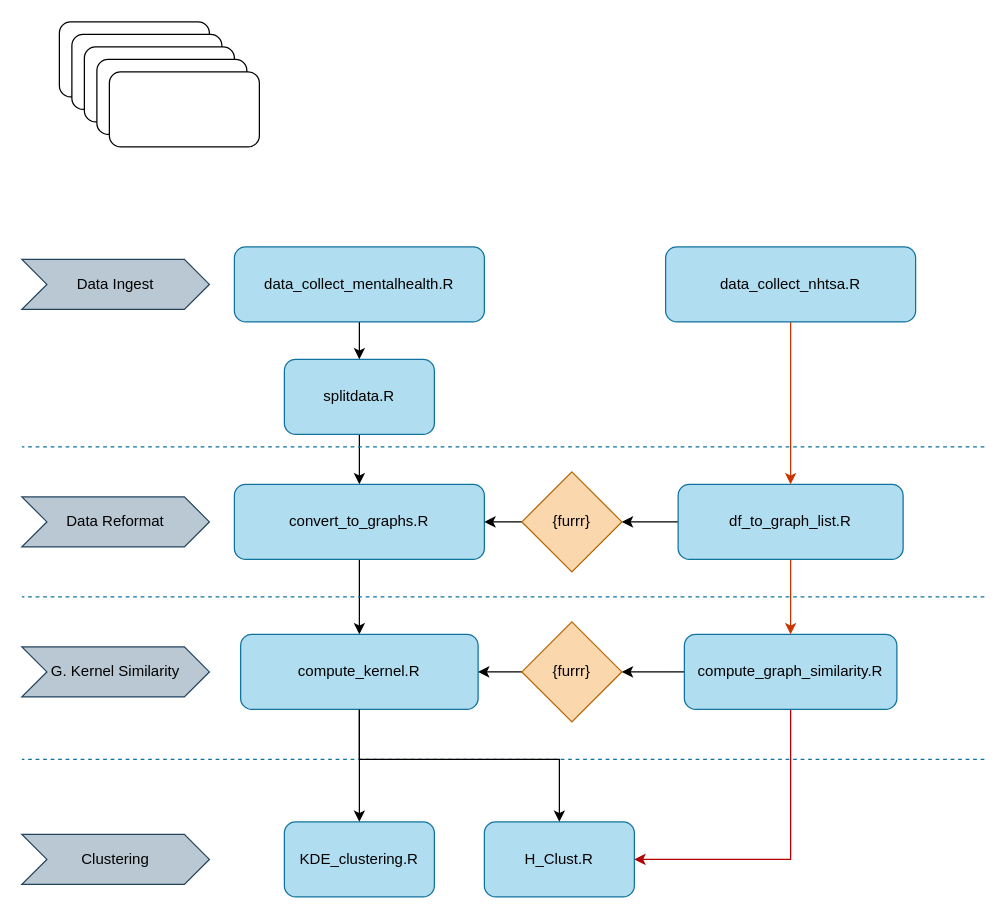
The draw.io diagram Images/ScriptMap.drawio in Levi-Nicklas/GraphDocNLP, before the edit. Source tidied: cells renumbered, new cells numbered last; positions are measured from the earlier drawing's top-left corner, leaving out a move shared by most shapes. Both pictures are drawn from the tidied source at 125%, with x=0, y=0 at pixel (21, 21).
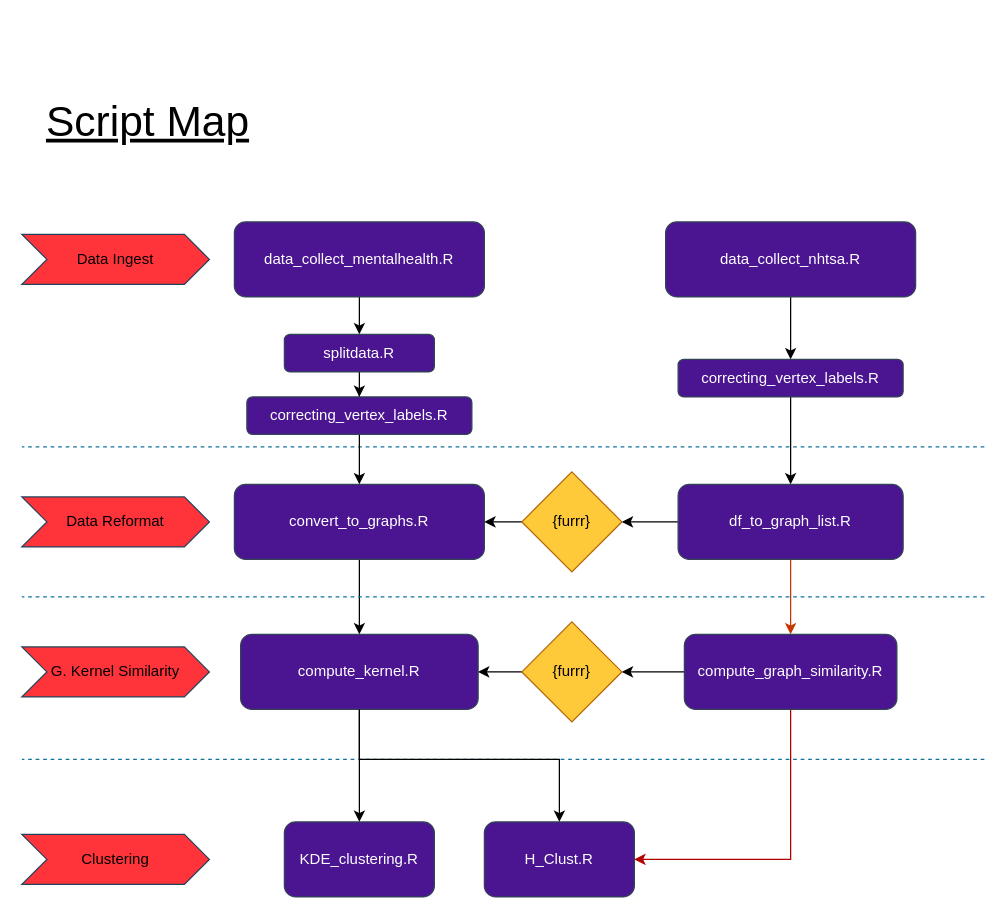
The same page after the edit.

The edit, as a diff of the source:
```diff
@@
-    <mxCell id="2" style="rounded=1;whiteSpace=wrap;html=1;" parent="1" vertex="1">
-      <mxGeometry x="30" width="120" height="60" as="geometry" />
-    </mxCell>
-    <mxCell id="3" style="rounded=1;whiteSpace=wrap;html=1;" parent="1" vertex="1">
-      <mxGeometry x="40" y="10" width="120" height="60" as="geometry" />
-    </mxCell>
-    <mxCell id="4" style="rounded=1;whiteSpace=wrap;html=1;" parent="1" vertex="1">
-      <mxGeometry x="50" y="20" width="120" height="60" as="geometry" />
-    </mxCell>
-    <mxCell id="5" style="rounded=1;whiteSpace=wrap;html=1;" parent="1" vertex="1">
-      <mxGeometry x="60" y="30" width="120" height="60" as="geometry" />
-    </mxCell>
-    <mxCell id="6" style="rounded=1;whiteSpace=wrap;html=1;" parent="1" vertex="1">
-      <mxGeometry x="70" y="40" width="120" height="60" as="geometry" />
-    </mxCell>
-    <mxCell id="7" value="KDE_clustering.R" style="rounded=1;whiteSpace=wrap;html=1;fillColor=#b1ddf0;strokeColor=#10739e;" parent="1" vertex="1">
+    <mxCell id="7" value="KDE_clustering.R" style="rounded=1;whiteSpace=wrap;html=1;strokeColor=#314354;fontColor=#ffffff;fillColor=#4b1592;" parent="1" vertex="1">
       <mxGeometry x="210" y="640" width="120" height="60" as="geometry" />
     </mxCell>
@@
-    <mxCell id="9" value="compute_kernel.R" style="rounded=1;whiteSpace=wrap;html=1;fillColor=#b1ddf0;strokeColor=#10739e;" parent="1" vertex="1">
+    <mxCell id="9" value="compute_kernel.R" style="rounded=1;whiteSpace=wrap;html=1;strokeColor=#314354;fontColor=#ffffff;fillColor=#4b1592;" parent="1" vertex="1">
       <mxGeometry x="175" y="490" width="190" height="60" as="geometry" />
     </mxCell>
@@
-    <mxCell id="12" value="compute_graph_similarity.R" style="rounded=1;whiteSpace=wrap;html=1;fillColor=#b1ddf0;strokeColor=#10739e;" parent="1" vertex="1">
+    <mxCell id="12" value="compute_graph_similarity.R" style="rounded=1;whiteSpace=wrap;html=1;strokeColor=#314354;fontColor=#ffffff;fillColor=#4b1592;" parent="1" vertex="1">
       <mxGeometry x="530" y="490" width="170" height="60" as="geometry" />
     </mxCell>
-    <mxCell id="13" style="edgeStyle=orthogonalEdgeStyle;rounded=0;jettySize=auto;html=1;exitX=0.5;exitY=1;exitDx=0;exitDy=0;" parent="1" edge="1" source="14" target="19">
-      <mxGeometry relative="1" as="geometry" />
-    </mxCell>
+    <mxCell id="37" style="edgeStyle=orthogonalEdgeStyle;rounded=0;jettySize=auto;html=1;" parent="1" edge="1" source="14" target="42">
+      <mxGeometry relative="1" as="geometry" />
+    </mxCell>
-    <mxCell id="14" value="splitdata.R" style="rounded=1;whiteSpace=wrap;html=1;fillColor=#b1ddf0;strokeColor=#10739e;" parent="1" vertex="1">
-      <mxGeometry x="210" y="270" width="120" height="60" as="geometry" />
+    <mxCell id="14" value="splitdata.R" style="rounded=1;whiteSpace=wrap;html=1;strokeColor=#314354;fontColor=#ffffff;fillColor=#4b1592;" parent="1" vertex="1">
+      <mxGeometry x="210" y="250" width="120" height="30" as="geometry" />
     </mxCell>
@@
-    <mxCell id="17" value="df_to_graph_list.R" style="rounded=1;whiteSpace=wrap;html=1;fillColor=#b1ddf0;strokeColor=#10739e;" parent="1" vertex="1">
+    <mxCell id="17" value="df_to_graph_list.R" style="rounded=1;whiteSpace=wrap;html=1;strokeColor=#314354;fontColor=#ffffff;fillColor=#4b1592;" parent="1" vertex="1">
       <mxGeometry x="525" y="370" width="180" height="60" as="geometry" />
     </mxCell>
@@
-    <mxCell id="19" value="convert_to_graphs.R" style="rounded=1;whiteSpace=wrap;html=1;fillColor=#b1ddf0;strokeColor=#10739e;" parent="1" vertex="1">
+    <mxCell id="19" value="convert_to_graphs.R" style="rounded=1;whiteSpace=wrap;html=1;strokeColor=#314354;fontColor=#ffffff;fillColor=#4b1592;" parent="1" vertex="1">
       <mxGeometry x="170" y="370" width="200" height="60" as="geometry" />
     </mxCell>
@@
-    <mxCell id="21" value="data_collect_mentalhealth.R" style="rounded=1;whiteSpace=wrap;html=1;fillColor=#b1ddf0;strokeColor=#10739e;" parent="1" vertex="1">
-      <mxGeometry x="170" y="180" width="200" height="60" as="geometry" />
+    <mxCell id="21" value="data_collect_mentalhealth.R" style="rounded=1;whiteSpace=wrap;html=1;strokeColor=#314354;fontColor=#ffffff;fillColor=#4b1592;" parent="1" vertex="1">
+      <mxGeometry x="170" y="160" width="200" height="60" as="geometry" />
     </mxCell>
@@
-    <mxCell id="23" value="{furrr}" style="rhombus;whiteSpace=wrap;html=1;fillColor=#fad7ac;strokeColor=#b46504;" parent="1" vertex="1">
+    <mxCell id="23" value="{furrr}" style="rhombus;whiteSpace=wrap;html=1;strokeColor=#b46504;fillColor=#ffca3a;" parent="1" vertex="1">
       <mxGeometry x="400" y="360" width="80" height="80" as="geometry" />
     </mxCell>
@@
-    <mxCell id="25" value="{furrr}" style="rhombus;whiteSpace=wrap;html=1;fillColor=#fad7ac;strokeColor=#b46504;" parent="1" vertex="1">
+    <mxCell id="25" value="{furrr}" style="rhombus;whiteSpace=wrap;html=1;strokeColor=#b46504;fillColor=#ffca3a;" parent="1" vertex="1">
       <mxGeometry x="400" y="480" width="80" height="80" as="geometry" />
     </mxCell>
-    <mxCell id="26" value="Data Ingest" style="shape=step;perimeter=stepPerimeter;whiteSpace=wrap;html=1;fixedSize=1;fillColor=#bac8d3;strokeColor=#23445d;" parent="1" vertex="1">
-      <mxGeometry y="190" width="150" height="40" as="geometry" />
+    <mxCell id="26" value="Data Ingest" style="shape=step;perimeter=stepPerimeter;whiteSpace=wrap;html=1;fixedSize=1;strokeColor=#23445d;fillColor=#ff333a;" parent="1" vertex="1">
+      <mxGeometry y="170" width="150" height="40" as="geometry" />
     </mxCell>
-    <mxCell id="27" value="Data Reformat" style="shape=step;perimeter=stepPerimeter;whiteSpace=wrap;html=1;fixedSize=1;fillColor=#bac8d3;strokeColor=#23445d;" parent="1" vertex="1">
+    <mxCell id="27" value="Data Reformat" style="shape=step;perimeter=stepPerimeter;whiteSpace=wrap;html=1;fixedSize=1;strokeColor=#23445d;fillColor=#ff333a;" parent="1" vertex="1">
       <mxGeometry y="380" width="150" height="40" as="geometry" />
     </mxCell>
-    <mxCell id="28" value="G. Kernel Similarity" style="shape=step;perimeter=stepPerimeter;whiteSpace=wrap;html=1;fixedSize=1;fillColor=#bac8d3;strokeColor=#23445d;" parent="1" vertex="1">
+    <mxCell id="28" value="G. Kernel Similarity" style="shape=step;perimeter=stepPerimeter;whiteSpace=wrap;html=1;fixedSize=1;strokeColor=#23445d;fillColor=#ff333a;" parent="1" vertex="1">
       <mxGeometry y="500" width="150" height="40" as="geometry" />
     </mxCell>
-    <mxCell id="29" value="Clustering" style="shape=step;perimeter=stepPerimeter;whiteSpace=wrap;html=1;fixedSize=1;fillColor=#bac8d3;strokeColor=#23445d;" parent="1" vertex="1">
+    <mxCell id="29" value="Clustering" style="shape=step;perimeter=stepPerimeter;whiteSpace=wrap;html=1;fixedSize=1;strokeColor=#23445d;fillColor=#ff333a;" parent="1" vertex="1">
       <mxGeometry y="650" width="150" height="40" as="geometry" />
     </mxCell>
-    <mxCell id="30" style="edgeStyle=orthogonalEdgeStyle;rounded=0;jettySize=auto;html=1;fillColor=#fa6800;strokeColor=#C73500;" parent="1" edge="1" source="31" target="17">
-      <mxGeometry relative="1" as="geometry" />
-    </mxCell>
+    <mxCell id="38" style="edgeStyle=orthogonalEdgeStyle;rounded=0;jettySize=auto;html=1;" parent="1" edge="1" source="31" target="40">
+      <mxGeometry relative="1" as="geometry" />
+    </mxCell>
-    <mxCell id="31" value="data_collect_nhtsa.R" style="rounded=1;whiteSpace=wrap;html=1;fillColor=#b1ddf0;strokeColor=#10739e;" parent="1" vertex="1">
-      <mxGeometry x="515" y="180" width="200" height="60" as="geometry" />
+    <mxCell id="31" value="data_collect_nhtsa.R" style="rounded=1;whiteSpace=wrap;html=1;strokeColor=#314354;fontColor=#ffffff;fillColor=#4b1592;" parent="1" vertex="1">
+      <mxGeometry x="515" y="160" width="200" height="60" as="geometry" />
     </mxCell>
-    <mxCell id="32" value="H_Clust.R" style="rounded=1;whiteSpace=wrap;html=1;fillColor=#b1ddf0;strokeColor=#10739e;" parent="1" vertex="1">
+    <mxCell id="32" value="H_Clust.R" style="rounded=1;whiteSpace=wrap;html=1;strokeColor=#314354;fontColor=#ffffff;fillColor=#4b1592;" parent="1" vertex="1">
       <mxGeometry x="370" y="640" width="120" height="60" as="geometry" />
     </mxCell>
@@
+    <mxCell id="39" style="edgeStyle=orthogonalEdgeStyle;rounded=0;jettySize=auto;html=1;entryX=0.5;entryY=0;entryDx=0;entryDy=0;" parent="1" edge="1" source="40" target="17">
+      <mxGeometry relative="1" as="geometry" />
+    </mxCell>
+    <mxCell id="40" value="correcting_vertex_labels.R" style="rounded=1;whiteSpace=wrap;html=1;strokeColor=#314354;fontColor=#ffffff;fillColor=#4b1592;" parent="1" vertex="1">
+      <mxGeometry x="525" y="270" width="180" height="30" as="geometry" />
+    </mxCell>
+    <mxCell id="41" style="edgeStyle=orthogonalEdgeStyle;rounded=0;jettySize=auto;html=1;" parent="1" edge="1" source="42" target="19">
+      <mxGeometry relative="1" as="geometry" />
+    </mxCell>
+    <mxCell id="42" value="correcting_vertex_labels.R" style="rounded=1;whiteSpace=wrap;html=1;strokeColor=#314354;fontColor=#ffffff;fillColor=#4b1592;" parent="1" vertex="1">
+      <mxGeometry x="180" y="300" width="180" height="30" as="geometry" />
+    </mxCell>
+    <mxCell id="43" value="Script Map" style="text;html=1;strokeColor=none;fillColor=none;align=center;verticalAlign=middle;whiteSpace=wrap;rounded=0;fontSize=34;fontStyle=4;" parent="1" vertex="1">
+      <mxGeometry y="60" width="202" height="40" as="geometry" />
+    </mxCell>
```
